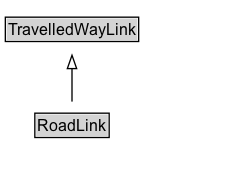
ISO-TC204/ontology-cdm-p2-v1 keeps this Graphviz diagram as docs/diagrams/RoadLink.dot.png. Above is the earlier version. Its source is kept beside it as docs/diagrams/RoadLink.dot.
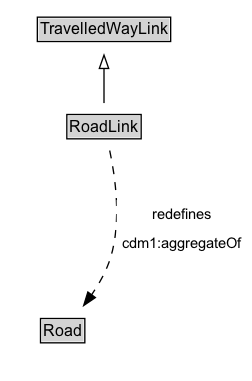
The same diagram one commit later.

Change to the diagram source:
```diff
@@ -3,13 +3,21 @@
 	node [fontname=Arial fontsize=12 margin=0 shape=none]
 	edge [fontname=Arial fontsize=11]
 	{
+		rank=source
+		TravelledWayLink [label=<<TABLE BORDER="1" CELLBORDER="0" CELLSPACING="0" CELLPADDING="1"><TR><TD BGCOLOR="lightgray" ALIGN="CENTER">TravelledWayLink</TD></TR></TABLE>> URL="../TravelledWayLink" margin=0]
+	}
+	RoadLink [label=<<TABLE BORDER="1" CELLBORDER="0" CELLSPACING="0" CELLPADDING="1"><TR><TD BGCOLOR="lightgray" ALIGN="CENTER">RoadLink</TD></TR></TABLE>> URL="../RoadLink" margin=0]
+	{
 		rank=max
-		RoadLink [label=<<TABLE BORDER="1" CELLBORDER="0" CELLSPACING="0" CELLPADDING="1"><TR><TD BGCOLOR="lightgray" ALIGN="CENTER" PORT="e">RoadLink</TD></TR></TABLE>> URL="../RoadLink.md" margin=0]
 	}
 	subgraph cluster_associated {
 		label="" style=invis
 		Invis [label=<<TABLE BORDER="0" CELLBORDER="0" CELLSPACING="0" CELLPADDING="1"><TR><TD></TD></TR></TABLE>> margin=0 style=invis]
+		Road [label=<<TABLE BORDER="1" CELLBORDER="0" CELLSPACING="0" CELLPADDING="1"><TR><TD BGCOLOR="lightgray" ALIGN="CENTER">Road</TD></TR></TABLE>> URL="../Road" margin=0]
 	}
-	TravelledWayLink [label=<<TABLE BORDER="1" CELLBORDER="0" CELLSPACING="0" CELLPADDING="1"><TR><TD BGCOLOR="lightgray" ALIGN="CENTER">TravelledWayLink</TD></TR></TABLE>> URL="../TravelledWayLink.md" margin=0]
 	RoadLink -> TravelledWayLink [arrowhead=onormal style=solid]
+	RoadLink -> Invis [style=invis]
+	Invis -> Road [style=invis]
+	Road [label=<<TABLE BORDER="1" CELLBORDER="0" CELLSPACING="0" CELLPADDING="1"><TR><TD BGCOLOR="lightgray" ALIGN="CENTER">Road</TD></TR></TABLE>> URL="../Road" margin=0]
+	RoadLink -> Road [label=<<TABLE BORDER="0" CELLBORDER="0" CELLSPACING="0" CELLPADDING="4" BGCOLOR="white"><TR><TD ALIGN="CENTER">redefines</TD></TR><TR><TD ALIGN="CENTER">cdm1:aggregateOf</TD></TR></TABLE>> arrowhead=normal style=dashed]
 }
```
